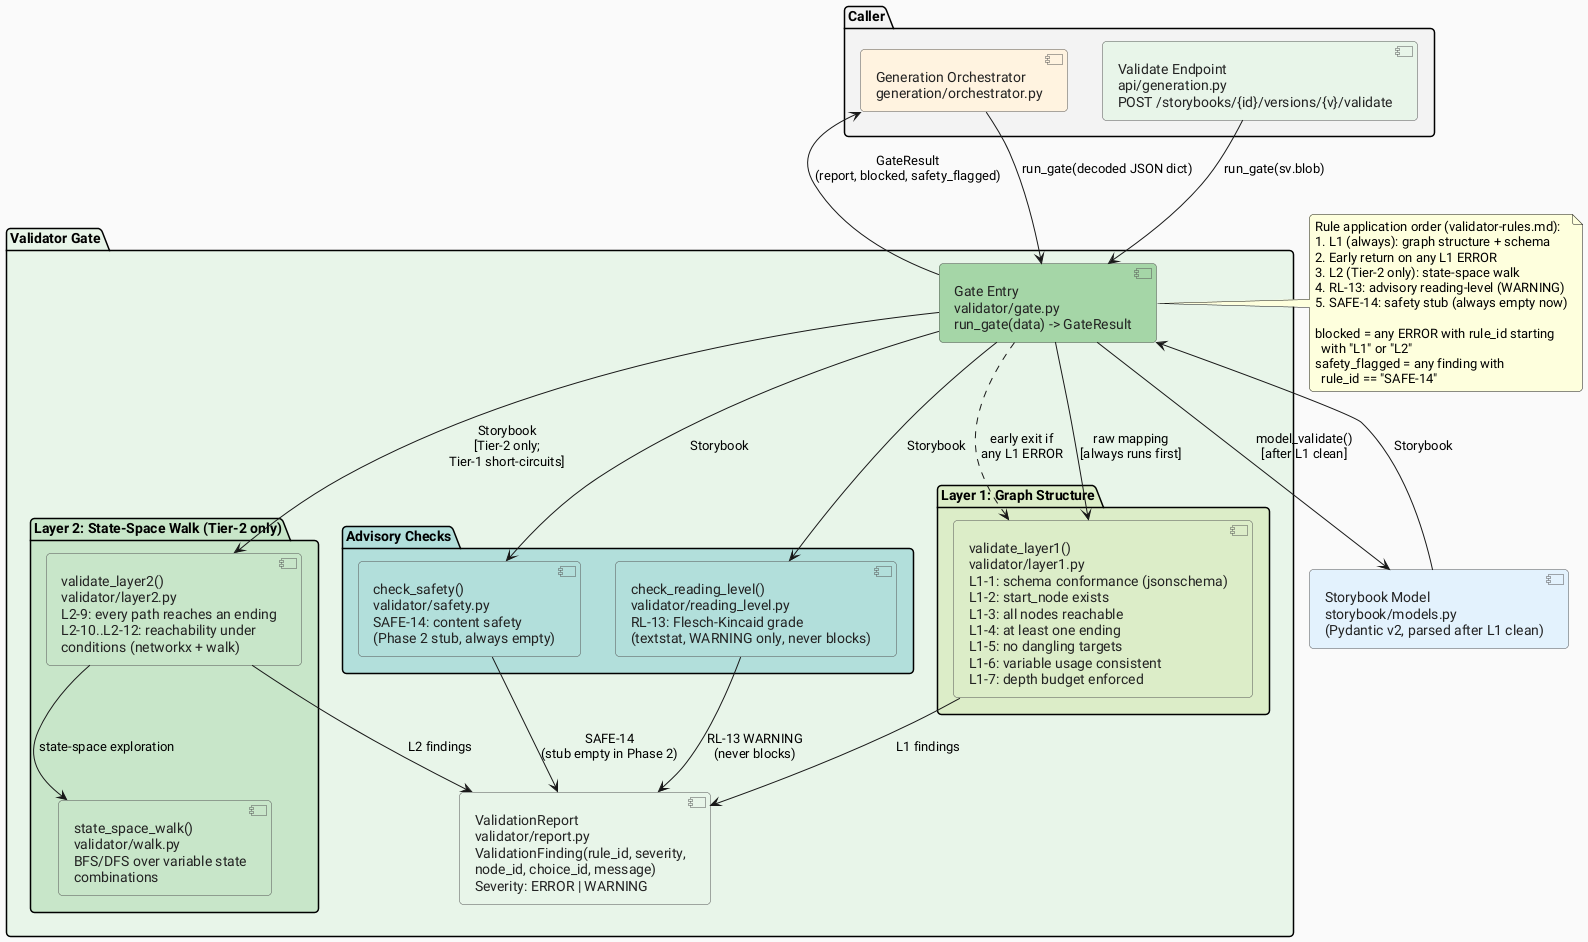
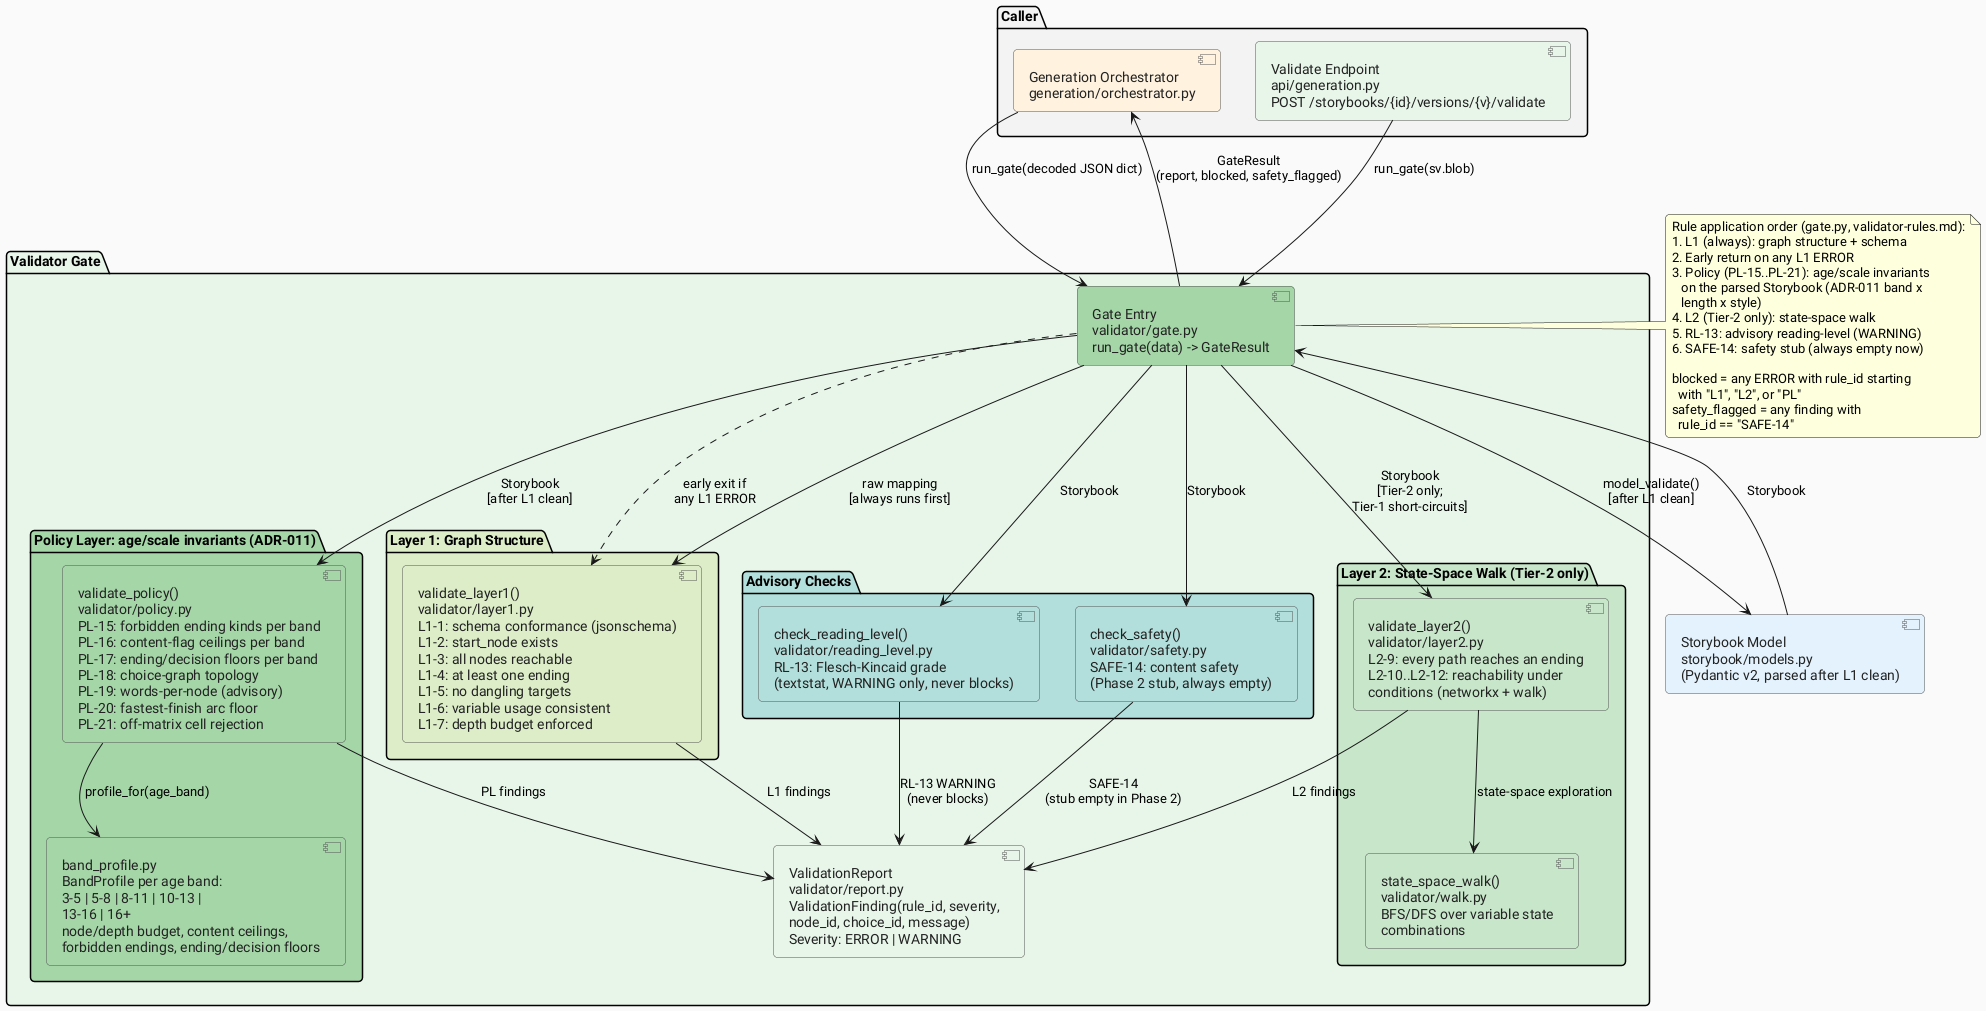
@startuml component-validator
' ============================================================
' Component Diagram: Validator Gate
' CYO Adventure
'
' Source files:
'   src/cyo_adventure/validator/gate.py          (run_gate, GateResult)
'   src/cyo_adventure/validator/layer1.py        (L1-1..L1-7 graph rules)
+ '   src/cyo_adventure/validator/policy.py        (PL-15..PL-21 age/scale policy)
+ '   src/cyo_adventure/validator/band_profile.py  (BandProfile per age band,
+ '                                                  six bands: 3-5, 5-8, 8-11,
+ '                                                  10-13, 13-16, 16+)
'   src/cyo_adventure/validator/layer2.py        (L2-9..L2-12 state-space)
'   src/cyo_adventure/validator/reading_level.py (RL-13, advisory)
'   src/cyo_adventure/validator/safety.py        (SAFE-14, Phase 2 stub)
'   src/cyo_adventure/validator/walk.py          (state-space walk)
'   src/cyo_adventure/validator/report.py        (ValidationReport, Finding, Severity)
'   docs/planning/validator-rules.md
+ '   docs/planning/adr/adr-011-story-scale-framework.md (band x length x style)
' ============================================================

skinparam defaultFontName "Roboto"
skinparam backgroundColor #FAFAFA
skinparam roundCorner 8
skinparam componentStyle uml2

skinparam component {
  BorderColor #555555
  FontColor #222222
}

package "Validator Gate" #E8F5E9 {

  component "Gate Entry\nvalidator/gate.py\nrun_gate(data) -> GateResult" as gate #A5D6A7

  package "Layer 1: Graph Structure" #DCEDC8 {
    component "validate_layer1()\nvalidator/layer1.py\nL1-1: schema conformance (jsonschema)\nL1-2: start_node exists\nL1-3: all nodes reachable\nL1-4: at least one ending\nL1-5: no dangling targets\nL1-6: variable usage consistent\nL1-7: depth budget enforced" as layer1 #DCEDC8
+   }
+ 
+   package "Policy Layer: age/scale invariants (ADR-011)" #A5D6A7 {
+     component "validate_policy()\nvalidator/policy.py\nPL-15: forbidden ending kinds per band\nPL-16: content-flag ceilings per band\nPL-17: ending/decision floors per band\nPL-18: choice-graph topology\nPL-19: words-per-node (advisory)\nPL-20: fastest-finish arc floor\nPL-21: off-matrix cell rejection" as policy #A5D6A7
+ 
+     component "band_profile.py\nBandProfile per age band:\n3-5 | 5-8 | 8-11 | 10-13 |\n13-16 | 16+\nnode/depth budget, content ceilings,\nforbidden endings, ending/decision floors" as band_profile #A5D6A7
  }

  package "Layer 2: State-Space Walk (Tier-2 only)" #C8E6C9 {
    component "validate_layer2()\nvalidator/layer2.py\nL2-9: every path reaches an ending\nL2-10..L2-12: reachability under\nconditions (networkx + walk)" as layer2 #C8E6C9
    component "state_space_walk()\nvalidator/walk.py\nBFS/DFS over variable state\ncombinations" as walk_comp #C8E6C9
  }

  package "Advisory Checks" #B2DFDB {
    component "check_reading_level()\nvalidator/reading_level.py\nRL-13: Flesch-Kincaid grade\n(textstat, WARNING only, never blocks)" as reading_level #B2DFDB

    component "check_safety()\nvalidator/safety.py\nSAFE-14: content safety\n(Phase 2 stub, always empty)" as safety #B2DFDB
  }

  component "ValidationReport\nvalidator/report.py\nValidationFinding(rule_id, severity,\nnode_id, choice_id, message)\nSeverity: ERROR | WARNING" as report #E8F5E9

}

package "Caller" #F3F3F3 {
  component "Generation Orchestrator\ngeneration/orchestrator.py" as orch_caller #FFF3E0
  component "Validate Endpoint\napi/generation.py\nPOST /storybooks/{id}/versions/{v}/validate" as api_caller #E8F5E9
}

component "Storybook Model\nstorybook/models.py\n(Pydantic v2, parsed after L1 clean)" as storybook_model #E3F2FD

' --- Relationships ---
orch_caller --> gate : "run_gate(decoded JSON dict)"
api_caller --> gate : "run_gate(sv.blob)"

gate --> layer1 : "raw mapping\n[always runs first]"
layer1 --> report : "L1 findings"
gate ..> layer1 : "early exit if\nany L1 ERROR"
gate --> storybook_model : "model_validate()\n[after L1 clean]"
storybook_model --> gate : "Storybook"
+ gate --> policy : "Storybook\n[after L1 clean]"
+ policy --> band_profile : "profile_for(age_band)"
+ policy --> report : "PL findings"
gate --> layer2 : "Storybook\n[Tier-2 only;\nTier-1 short-circuits]"
layer2 --> walk_comp : "state-space exploration"
layer2 --> report : "L2 findings"
gate --> reading_level : "Storybook"
reading_level --> report : "RL-13 WARNING\n(never blocks)"
gate --> safety : "Storybook"
safety --> report : "SAFE-14\n(stub empty in Phase 2)"

gate --> orch_caller : "GateResult\n(report, blocked, safety_flagged)"

note right of gate
-   Rule application order (validator-rules.md):
+   Rule application order (gate.py, validator-rules.md):
  1. L1 (always): graph structure + schema
  2. Early return on any L1 ERROR
-   3. L2 (Tier-2 only): state-space walk
-   4. RL-13: advisory reading-level (WARNING)
-   5. SAFE-14: safety stub (always empty now)
+   3. Policy (PL-15..PL-21): age/scale invariants
+      on the parsed Storybook (ADR-011 band x
+      length x style)
+   4. L2 (Tier-2 only): state-space walk
+   5. RL-13: advisory reading-level (WARNING)
+   6. SAFE-14: safety stub (always empty now)

  blocked = any ERROR with rule_id starting
-     with "L1" or "L2"
+     with "L1", "L2", or "PL"
  safety_flagged = any finding with
    rule_id == "SAFE-14"
end note

@enduml
